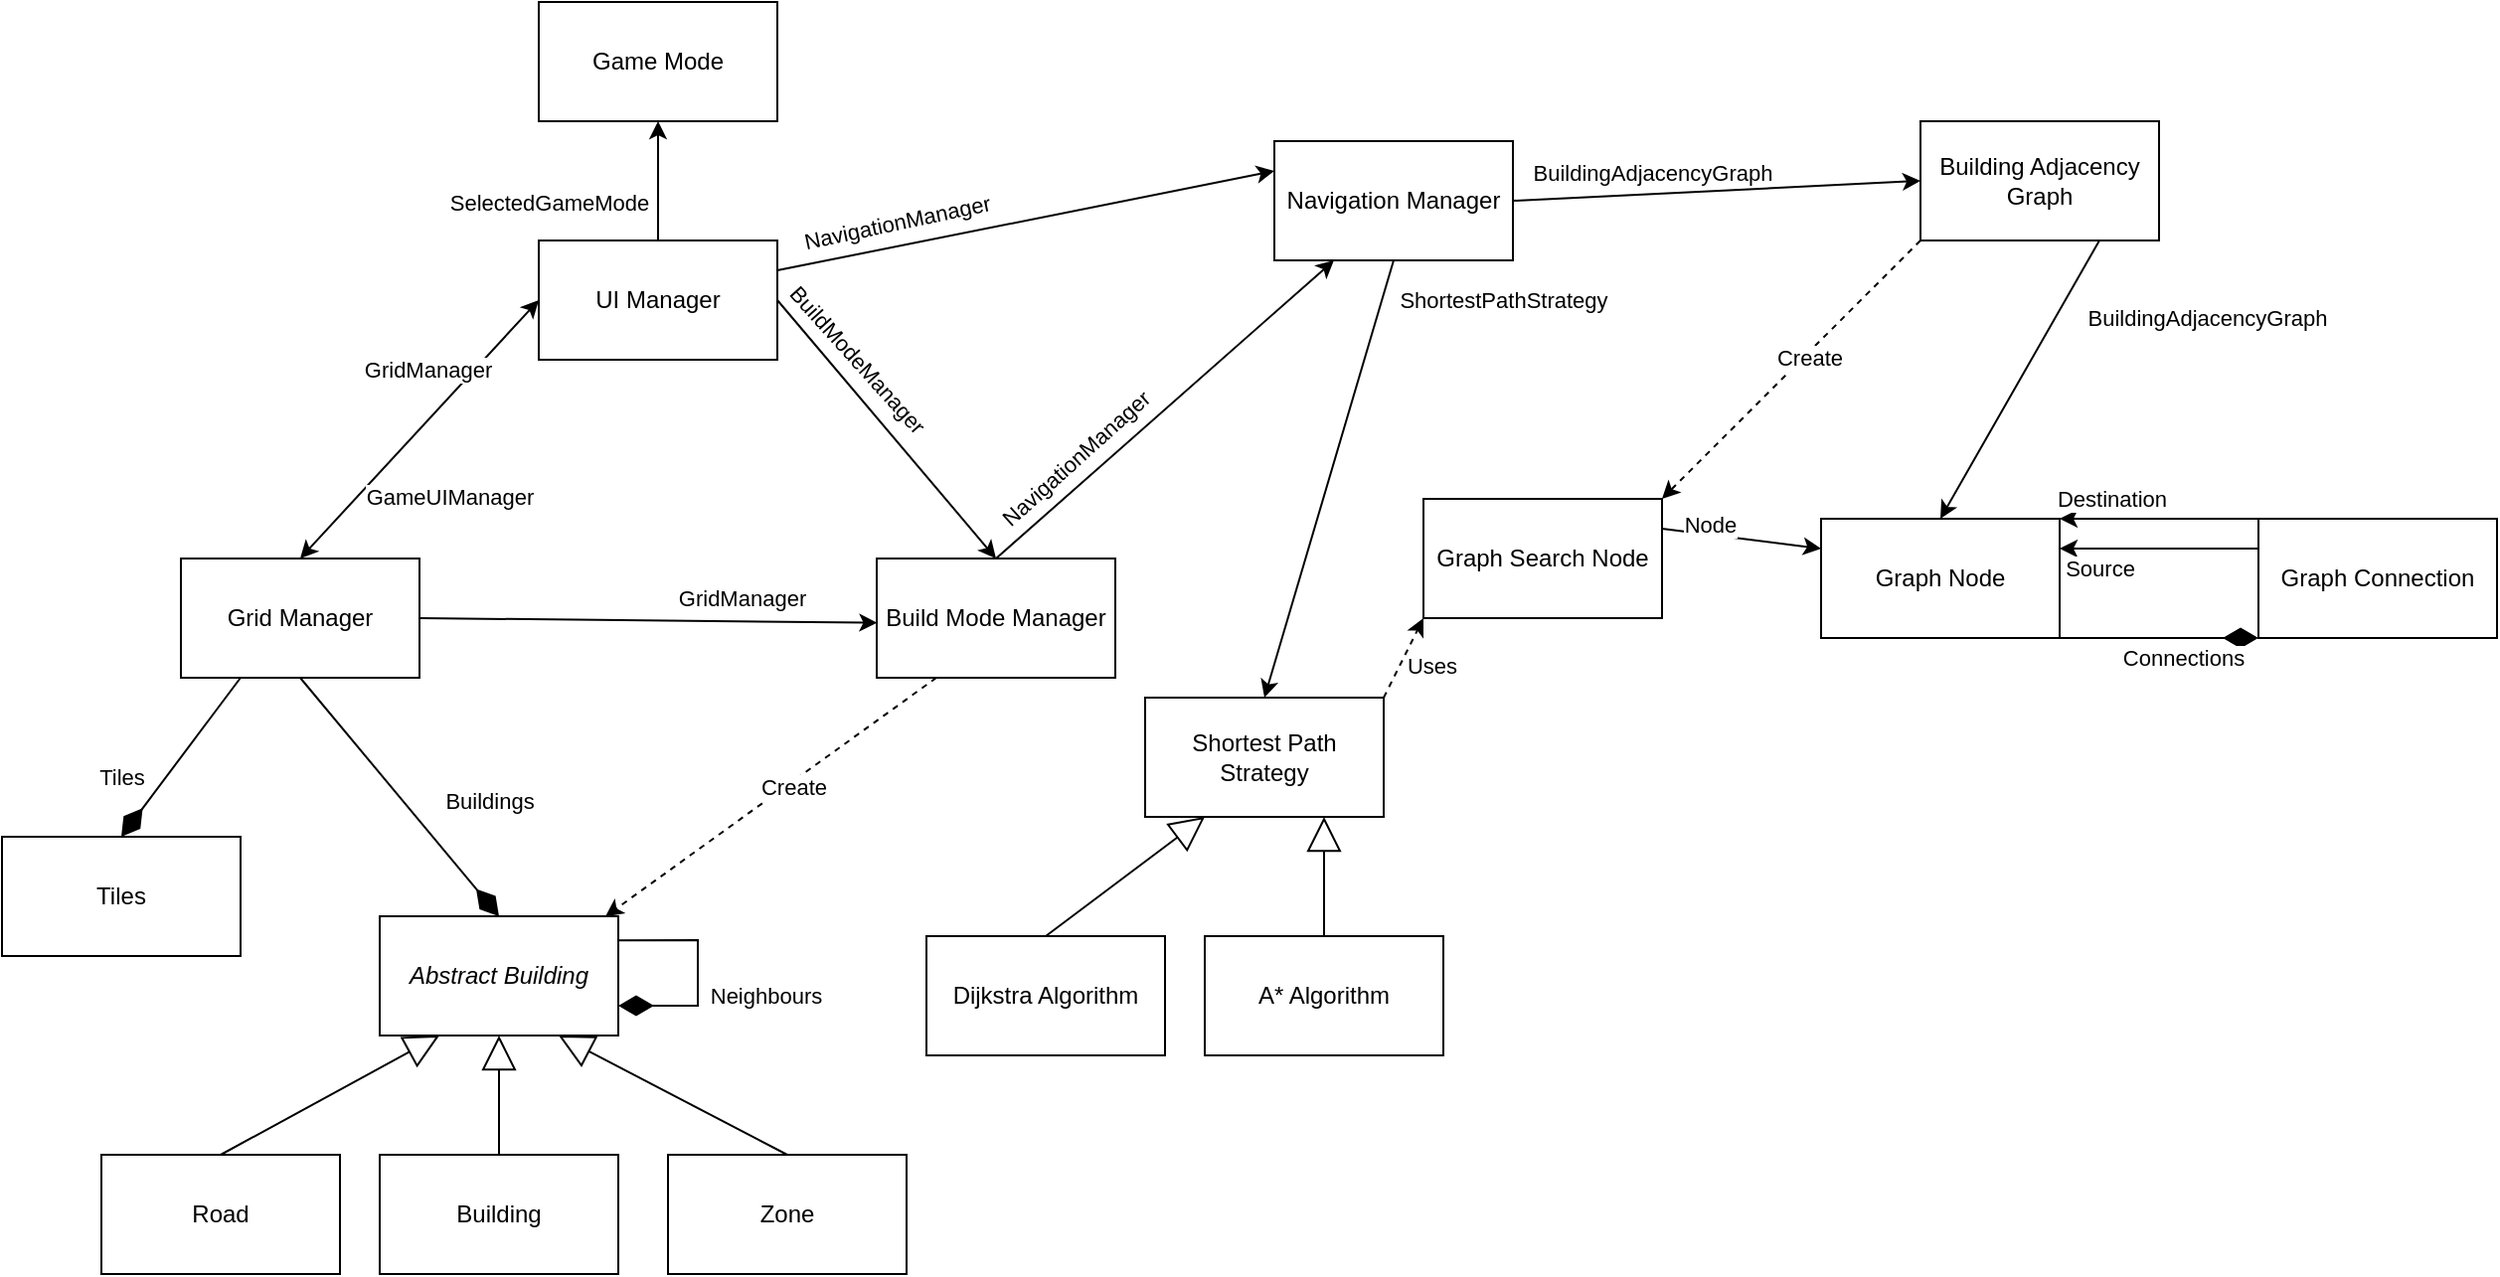
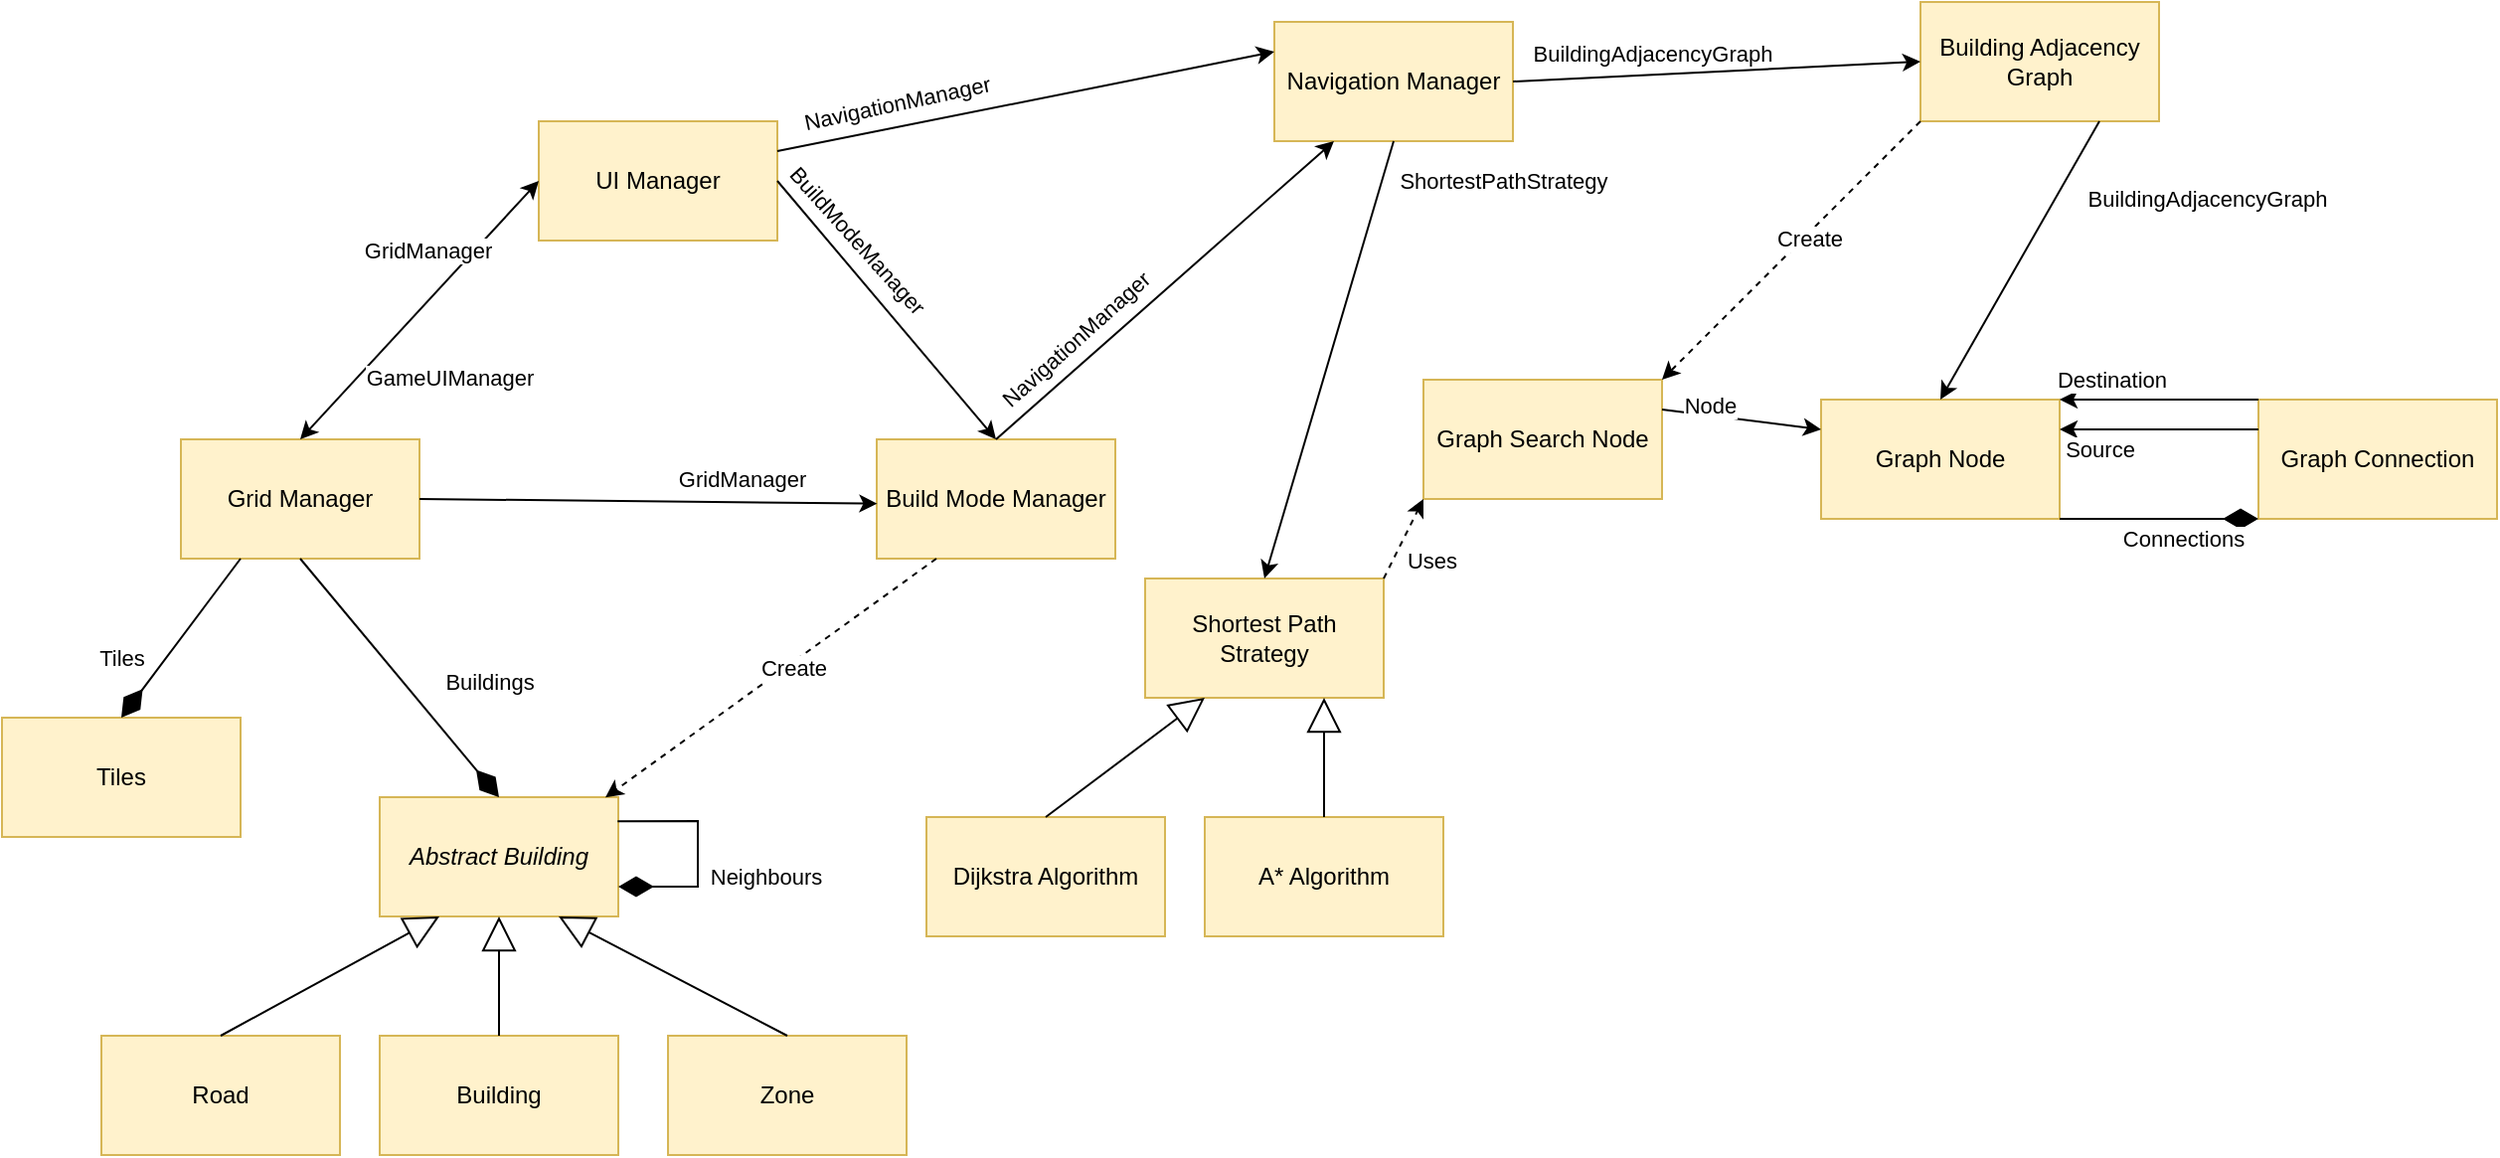
- <mxfile host="app.diagrams.net" modified="2024-05-10T14:30:06.784Z" agent="Mozilla/5.0 (Windows NT 10.0; Win64; x64) AppleWebKit/537.36 (KHTML, like Gecko) Chrome/123.0.0.0 Safari/537.36 OPR/109.0.0.0" etag="EXlXgYXMPVRns9r5wqVa" version="24.3.1" type="device">
+ <mxfile host="app.diagrams.net" modified="2024-05-10T14:36:00.893Z" agent="Mozilla/5.0 (Windows NT 10.0; Win64; x64) AppleWebKit/537.36 (KHTML, like Gecko) Chrome/123.0.0.0 Safari/537.36 OPR/109.0.0.0" etag="0hWiHBMKWaVh41tlTlec" version="24.3.1" type="device">
  <diagram name="Page-1" id="Mxg7_Pn0SVhMr7VX-MhE">
    <mxGraphModel dx="1368" dy="720" grid="1" gridSize="10" guides="1" tooltips="1" connect="1" arrows="1" fold="1" page="1" pageScale="1" pageWidth="850" pageHeight="1100" math="0" shadow="0">
      <root>
        <mxCell id="0" />
        <mxCell id="1" parent="0" />
-         <mxCell id="WQk2sCyEjwATLZYoVRAY-1" value="Grid Manager" style="rounded=0;whiteSpace=wrap;html=1;" parent="1" vertex="1">
+         <mxCell id="WQk2sCyEjwATLZYoVRAY-1" value="Grid Manager" style="rounded=0;whiteSpace=wrap;html=1;fillColor=#fff2cc;strokeColor=#d6b656;" parent="1" vertex="1">
          <mxGeometry x="105" y="370" width="120" height="60" as="geometry" />
        </mxCell>
-         <mxCell id="WQk2sCyEjwATLZYoVRAY-2" value="UI Manager" style="rounded=0;whiteSpace=wrap;html=1;" parent="1" vertex="1">
+         <mxCell id="WQk2sCyEjwATLZYoVRAY-2" value="UI Manager" style="rounded=0;whiteSpace=wrap;html=1;fillColor=#fff2cc;strokeColor=#d6b656;" parent="1" vertex="1">
          <mxGeometry x="285" y="210" width="120" height="60" as="geometry" />
        </mxCell>
-         <mxCell id="WQk2sCyEjwATLZYoVRAY-3" value="Build Mode Manager" style="rounded=0;whiteSpace=wrap;html=1;" parent="1" vertex="1">
+         <mxCell id="WQk2sCyEjwATLZYoVRAY-3" value="Build Mode Manager" style="rounded=0;whiteSpace=wrap;html=1;fillColor=#fff2cc;strokeColor=#d6b656;" parent="1" vertex="1">
          <mxGeometry x="455" y="370" width="120" height="60" as="geometry" />
        </mxCell>
-         <mxCell id="WQk2sCyEjwATLZYoVRAY-4" value="Game Mode" style="rounded=0;whiteSpace=wrap;html=1;" parent="1" vertex="1">
-           <mxGeometry x="285" y="90" width="120" height="60" as="geometry" />
-         </mxCell>
-         <mxCell id="WQk2sCyEjwATLZYoVRAY-7" value="Tiles" style="rounded=0;whiteSpace=wrap;html=1;" parent="1" vertex="1">
+         <mxCell id="WQk2sCyEjwATLZYoVRAY-7" value="Tiles" style="rounded=0;whiteSpace=wrap;html=1;fillColor=#fff2cc;strokeColor=#d6b656;" parent="1" vertex="1">
          <mxGeometry x="15" y="510" width="120" height="60" as="geometry" />
        </mxCell>
        <mxCell id="WQk2sCyEjwATLZYoVRAY-8" value="" style="endArrow=diamondThin;html=1;rounded=0;exitX=0.25;exitY=1;exitDx=0;exitDy=0;entryX=0.5;entryY=0;entryDx=0;entryDy=0;endFill=1;endSize=15;" parent="1" source="WQk2sCyEjwATLZYoVRAY-1" target="WQk2sCyEjwATLZYoVRAY-7" edge="1">
          <mxGeometry width="50" height="50" relative="1" as="geometry">
            <mxPoint x="275" y="420" as="sourcePoint" />
            <mxPoint x="325" y="370" as="targetPoint" />
          </mxGeometry>
        </mxCell>
        <mxCell id="b7N8K-IMO6jsdH-R55s1-48" value="Tiles" style="edgeLabel;html=1;align=center;verticalAlign=middle;resizable=0;points=[];" vertex="1" connectable="0" parent="WQk2sCyEjwATLZYoVRAY-8">
          <mxGeometry x="-0.2627" y="-3" relative="1" as="geometry">
            <mxPoint x="-36" y="22" as="offset" />
          </mxGeometry>
        </mxCell>
-         <mxCell id="WQk2sCyEjwATLZYoVRAY-20" value="&lt;i&gt;Abstract Building&lt;/i&gt;" style="rounded=0;whiteSpace=wrap;html=1;" parent="1" vertex="1">
+         <mxCell id="WQk2sCyEjwATLZYoVRAY-20" value="&lt;i&gt;Abstract Building&lt;/i&gt;" style="rounded=0;whiteSpace=wrap;html=1;fillColor=#fff2cc;strokeColor=#d6b656;" parent="1" vertex="1">
          <mxGeometry x="205" y="550" width="120" height="60" as="geometry" />
        </mxCell>
-         <mxCell id="WQk2sCyEjwATLZYoVRAY-23" value="Road" style="rounded=0;whiteSpace=wrap;html=1;" parent="1" vertex="1">
+         <mxCell id="WQk2sCyEjwATLZYoVRAY-23" value="Road" style="rounded=0;whiteSpace=wrap;html=1;fillColor=#fff2cc;strokeColor=#d6b656;" parent="1" vertex="1">
          <mxGeometry x="65" y="670" width="120" height="60" as="geometry" />
        </mxCell>
-         <mxCell id="WQk2sCyEjwATLZYoVRAY-24" value="Building" style="rounded=0;whiteSpace=wrap;html=1;" parent="1" vertex="1">
+         <mxCell id="WQk2sCyEjwATLZYoVRAY-24" value="Building" style="rounded=0;whiteSpace=wrap;html=1;fillColor=#fff2cc;strokeColor=#d6b656;" parent="1" vertex="1">
          <mxGeometry x="205" y="670" width="120" height="60" as="geometry" />
        </mxCell>
-         <mxCell id="WQk2sCyEjwATLZYoVRAY-25" value="Zone" style="rounded=0;whiteSpace=wrap;html=1;" parent="1" vertex="1">
+         <mxCell id="WQk2sCyEjwATLZYoVRAY-25" value="Zone" style="rounded=0;whiteSpace=wrap;html=1;fillColor=#fff2cc;strokeColor=#d6b656;" parent="1" vertex="1">
          <mxGeometry x="350" y="670" width="120" height="60" as="geometry" />
        </mxCell>
        <mxCell id="WQk2sCyEjwATLZYoVRAY-29" value="" style="endArrow=none;html=1;rounded=0;exitX=0.25;exitY=1;exitDx=0;exitDy=0;entryX=0.5;entryY=0;entryDx=0;entryDy=0;endFill=0;startArrow=block;startFill=0;endSize=15;startSize=15;" parent="1" source="WQk2sCyEjwATLZYoVRAY-20" target="WQk2sCyEjwATLZYoVRAY-23" edge="1">
          <mxGeometry width="50" height="50" relative="1" as="geometry">
            <mxPoint x="305" y="830" as="sourcePoint" />
            <mxPoint x="355" y="780" as="targetPoint" />
          </mxGeometry>
        </mxCell>
        <mxCell id="WQk2sCyEjwATLZYoVRAY-30" value="" style="endArrow=none;html=1;rounded=0;exitX=0.5;exitY=1;exitDx=0;exitDy=0;entryX=0.5;entryY=0;entryDx=0;entryDy=0;startArrow=block;startFill=0;endFill=0;endSize=15;startSize=15;" parent="1" source="WQk2sCyEjwATLZYoVRAY-20" target="WQk2sCyEjwATLZYoVRAY-24" edge="1">
          <mxGeometry width="50" height="50" relative="1" as="geometry">
            <mxPoint x="425" y="680" as="sourcePoint" />
            <mxPoint x="245" y="710" as="targetPoint" />
          </mxGeometry>
        </mxCell>
        <mxCell id="WQk2sCyEjwATLZYoVRAY-31" value="" style="endArrow=none;html=1;rounded=0;exitX=0.75;exitY=1;exitDx=0;exitDy=0;entryX=0.5;entryY=0;entryDx=0;entryDy=0;startArrow=block;startFill=0;endFill=0;endSize=15;startSize=15;" parent="1" source="WQk2sCyEjwATLZYoVRAY-20" target="WQk2sCyEjwATLZYoVRAY-25" edge="1">
          <mxGeometry width="50" height="50" relative="1" as="geometry">
            <mxPoint x="375" y="830" as="sourcePoint" />
            <mxPoint x="425" y="780" as="targetPoint" />
          </mxGeometry>
        </mxCell>
        <mxCell id="b7N8K-IMO6jsdH-R55s1-10" value="" style="endArrow=diamondThin;html=1;rounded=0;exitX=0.5;exitY=1;exitDx=0;exitDy=0;entryX=0.5;entryY=0;entryDx=0;entryDy=0;endFill=1;startSize=23;endSize=15;" edge="1" parent="1" source="WQk2sCyEjwATLZYoVRAY-1" target="WQk2sCyEjwATLZYoVRAY-20">
          <mxGeometry width="50" height="50" relative="1" as="geometry">
            <mxPoint x="205" y="510" as="sourcePoint" />
            <mxPoint x="255" y="460" as="targetPoint" />
          </mxGeometry>
        </mxCell>
        <mxCell id="b7N8K-IMO6jsdH-R55s1-11" value="&lt;span style=&quot;color: rgba(0, 0, 0, 0); font-family: monospace; font-size: 0px; text-align: start; background-color: rgb(251, 251, 251);&quot;&gt;%3CmxGraphModel%3E%3Croot%3E%3CmxCell%20id%3D%220%22%2F%3E%3CmxCell%20id%3D%221%22%20parent%3D%220%22%2F%3E%3CmxCell%20id%3D%222%22%20value%3D%22Stores%22%20style%3D%22edgeLabel%3Bhtml%3D1%3Balign%3Dcenter%3BverticalAlign%3Dmiddle%3Bresizable%3D0%3Bpoints%3D%5B%5D%3B%22%20vertex%3D%221%22%20connectable%3D%220%22%20parent%3D%221%22%3E%3CmxGeometry%20x%3D%2241.54648858596329%22%20y%3D%22283.6299650990096%22%20as%3D%22geometry%22%2F%3E%3C%2FmxCell%3E%3C%2Froot%3E%3C%2FmxGraphModel%3E&lt;/span&gt;&lt;span style=&quot;color: rgba(0, 0, 0, 0); font-family: monospace; font-size: 0px; text-align: start; background-color: rgb(251, 251, 251);&quot;&gt;%3CmxGraphModel%3E%3Croot%3E%3CmxCell%20id%3D%220%22%2F%3E%3CmxCell%20id%3D%221%22%20parent%3D%220%22%2F%3E%3CmxCell%20id%3D%222%22%20value%3D%22Stores%22%20style%3D%22edgeLabel%3Bhtml%3D1%3Balign%3Dcenter%3BverticalAlign%3Dmiddle%3Bresizable%3D0%3Bpoints%3D%5B%5D%3B%22%20vertex%3D%221%22%20connectable%3D%220%22%20parent%3D%221%22%3E%3CmxGeometry%20x%3D%2241.54648858596329%22%20y%3D%22283.6299650990096%22%20as%3D%22geometry%22%2F%3E%3C%2FmxCell%3E%3C%2Froot%3E%3C%2FmxGraphModel%3ES&lt;/span&gt;" style="edgeLabel;html=1;align=center;verticalAlign=middle;resizable=0;points=[];" vertex="1" connectable="0" parent="b7N8K-IMO6jsdH-R55s1-10">
          <mxGeometry x="-0.1154" y="2" relative="1" as="geometry">
            <mxPoint as="offset" />
          </mxGeometry>
        </mxCell>
        <mxCell id="b7N8K-IMO6jsdH-R55s1-12" value="Buildings" style="edgeLabel;html=1;align=center;verticalAlign=middle;resizable=0;points=[];" vertex="1" connectable="0" parent="b7N8K-IMO6jsdH-R55s1-10">
          <mxGeometry x="-0.1208" y="2" relative="1" as="geometry">
            <mxPoint x="49" y="10" as="offset" />
          </mxGeometry>
        </mxCell>
-         <mxCell id="b7N8K-IMO6jsdH-R55s1-13" value="Navigation Manager" style="rounded=0;whiteSpace=wrap;html=1;" vertex="1" parent="1">
+         <mxCell id="b7N8K-IMO6jsdH-R55s1-13" value="Navigation Manager" style="rounded=0;whiteSpace=wrap;html=1;fillColor=#fff2cc;strokeColor=#d6b656;" vertex="1" parent="1">
          <mxGeometry x="655" y="160" width="120" height="60" as="geometry" />
        </mxCell>
-         <mxCell id="b7N8K-IMO6jsdH-R55s1-14" value="Shortest Path Strategy" style="rounded=0;whiteSpace=wrap;html=1;" vertex="1" parent="1">
+         <mxCell id="b7N8K-IMO6jsdH-R55s1-14" value="Shortest Path Strategy" style="rounded=0;whiteSpace=wrap;html=1;fillColor=#fff2cc;strokeColor=#d6b656;" vertex="1" parent="1">
          <mxGeometry x="590" y="440" width="120" height="60" as="geometry" />
        </mxCell>
        <mxCell id="b7N8K-IMO6jsdH-R55s1-19" value="" style="endArrow=classic;html=1;rounded=0;exitX=0.25;exitY=1;exitDx=0;exitDy=0;entryX=0.946;entryY=0.002;entryDx=0;entryDy=0;entryPerimeter=0;dashed=1;" edge="1" parent="1" source="WQk2sCyEjwATLZYoVRAY-3" target="WQk2sCyEjwATLZYoVRAY-20">
          <mxGeometry width="50" height="50" relative="1" as="geometry">
            <mxPoint x="25" y="390" as="sourcePoint" />
            <mxPoint x="155" y="620" as="targetPoint" />
          </mxGeometry>
        </mxCell>
        <mxCell id="b7N8K-IMO6jsdH-R55s1-20" value="&lt;span style=&quot;color: rgba(0, 0, 0, 0); font-family: monospace; font-size: 0px; text-align: start; background-color: rgb(251, 251, 251);&quot;&gt;%3CmxGraphModel%3E%3Croot%3E%3CmxCell%20id%3D%220%22%2F%3E%3CmxCell%20id%3D%221%22%20parent%3D%220%22%2F%3E%3CmxCell%20id%3D%222%22%20value%3D%22Stores%22%20style%3D%22edgeLabel%3Bhtml%3D1%3Balign%3Dcenter%3BverticalAlign%3Dmiddle%3Bresizable%3D0%3Bpoints%3D%5B%5D%3B%22%20vertex%3D%221%22%20connectable%3D%220%22%20parent%3D%221%22%3E%3CmxGeometry%20x%3D%2241.54648858596329%22%20y%3D%22283.6299650990096%22%20as%3D%22geometry%22%2F%3E%3C%2FmxCell%3E%3C%2Froot%3E%3C%2FmxGraphModel%3E&lt;/span&gt;&lt;span style=&quot;color: rgba(0, 0, 0, 0); font-family: monospace; font-size: 0px; text-align: start; background-color: rgb(251, 251, 251);&quot;&gt;%3CmxGraphModel%3E%3Croot%3E%3CmxCell%20id%3D%220%22%2F%3E%3CmxCell%20id%3D%221%22%20parent%3D%220%22%2F%3E%3CmxCell%20id%3D%222%22%20value%3D%22Stores%22%20style%3D%22edgeLabel%3Bhtml%3D1%3Balign%3Dcenter%3BverticalAlign%3Dmiddle%3Bresizable%3D0%3Bpoints%3D%5B%5D%3B%22%20vertex%3D%221%22%20connectable%3D%220%22%20parent%3D%221%22%3E%3CmxGeometry%20x%3D%2241.54648858596329%22%20y%3D%22283.6299650990096%22%20as%3D%22geometry%22%2F%3E%3C%2FmxCell%3E%3C%2Froot%3E%3C%2FmxGraphModel%3ES&lt;/span&gt;" style="edgeLabel;html=1;align=center;verticalAlign=middle;resizable=0;points=[];" vertex="1" connectable="0" parent="b7N8K-IMO6jsdH-R55s1-19">
          <mxGeometry x="-0.1154" y="2" relative="1" as="geometry">
            <mxPoint as="offset" />
          </mxGeometry>
        </mxCell>
        <mxCell id="b7N8K-IMO6jsdH-R55s1-21" value="Create" style="edgeLabel;html=1;align=center;verticalAlign=middle;resizable=0;points=[];" vertex="1" connectable="0" parent="b7N8K-IMO6jsdH-R55s1-19">
          <mxGeometry x="-0.1208" y="2" relative="1" as="geometry">
            <mxPoint as="offset" />
          </mxGeometry>
        </mxCell>
        <mxCell id="b7N8K-IMO6jsdH-R55s1-22" value="" style="endArrow=classic;html=1;rounded=0;exitX=0.5;exitY=0;exitDx=0;exitDy=0;entryX=0;entryY=0.5;entryDx=0;entryDy=0;startArrow=classic;startFill=1;" edge="1" parent="1" source="WQk2sCyEjwATLZYoVRAY-1" target="WQk2sCyEjwATLZYoVRAY-2">
          <mxGeometry width="50" height="50" relative="1" as="geometry">
            <mxPoint x="25" y="390" as="sourcePoint" />
            <mxPoint x="155" y="620" as="targetPoint" />
          </mxGeometry>
        </mxCell>
        <mxCell id="b7N8K-IMO6jsdH-R55s1-23" value="&lt;span style=&quot;color: rgba(0, 0, 0, 0); font-family: monospace; font-size: 0px; text-align: start; background-color: rgb(251, 251, 251);&quot;&gt;%3CmxGraphModel%3E%3Croot%3E%3CmxCell%20id%3D%220%22%2F%3E%3CmxCell%20id%3D%221%22%20parent%3D%220%22%2F%3E%3CmxCell%20id%3D%222%22%20value%3D%22Stores%22%20style%3D%22edgeLabel%3Bhtml%3D1%3Balign%3Dcenter%3BverticalAlign%3Dmiddle%3Bresizable%3D0%3Bpoints%3D%5B%5D%3B%22%20vertex%3D%221%22%20connectable%3D%220%22%20parent%3D%221%22%3E%3CmxGeometry%20x%3D%2241.54648858596329%22%20y%3D%22283.6299650990096%22%20as%3D%22geometry%22%2F%3E%3C%2FmxCell%3E%3C%2Froot%3E%3C%2FmxGraphModel%3E&lt;/span&gt;&lt;span style=&quot;color: rgba(0, 0, 0, 0); font-family: monospace; font-size: 0px; text-align: start; background-color: rgb(251, 251, 251);&quot;&gt;%3CmxGraphModel%3E%3Croot%3E%3CmxCell%20id%3D%220%22%2F%3E%3CmxCell%20id%3D%221%22%20parent%3D%220%22%2F%3E%3CmxCell%20id%3D%222%22%20value%3D%22Stores%22%20style%3D%22edgeLabel%3Bhtml%3D1%3Balign%3Dcenter%3BverticalAlign%3Dmiddle%3Bresizable%3D0%3Bpoints%3D%5B%5D%3B%22%20vertex%3D%221%22%20connectable%3D%220%22%20parent%3D%221%22%3E%3CmxGeometry%20x%3D%2241.54648858596329%22%20y%3D%22283.6299650990096%22%20as%3D%22geometry%22%2F%3E%3C%2FmxCell%3E%3C%2Froot%3E%3C%2FmxGraphModel%3ES&lt;/span&gt;" style="edgeLabel;html=1;align=center;verticalAlign=middle;resizable=0;points=[];" vertex="1" connectable="0" parent="b7N8K-IMO6jsdH-R55s1-22">
          <mxGeometry x="-0.1154" y="2" relative="1" as="geometry">
            <mxPoint as="offset" />
          </mxGeometry>
        </mxCell>
        <mxCell id="b7N8K-IMO6jsdH-R55s1-24" value="GameUIManager" style="edgeLabel;html=1;align=center;verticalAlign=middle;resizable=0;points=[];" vertex="1" connectable="0" parent="b7N8K-IMO6jsdH-R55s1-22">
          <mxGeometry x="-0.1208" y="2" relative="1" as="geometry">
            <mxPoint x="23" y="27" as="offset" />
          </mxGeometry>
        </mxCell>
        <mxCell id="b7N8K-IMO6jsdH-R55s1-49" value="GridManager" style="edgeLabel;html=1;align=center;verticalAlign=middle;resizable=0;points=[];" vertex="1" connectable="0" parent="b7N8K-IMO6jsdH-R55s1-22">
          <mxGeometry x="-0.3953" y="-3" relative="1" as="geometry">
            <mxPoint x="25" y="-58" as="offset" />
          </mxGeometry>
        </mxCell>
        <mxCell id="b7N8K-IMO6jsdH-R55s1-25" value="" style="endArrow=classic;html=1;rounded=0;startArrow=none;startFill=0;entryX=0.002;entryY=0.539;entryDx=0;entryDy=0;exitX=1;exitY=0.5;exitDx=0;exitDy=0;entryPerimeter=0;" edge="1" parent="1" source="WQk2sCyEjwATLZYoVRAY-1" target="WQk2sCyEjwATLZYoVRAY-3">
          <mxGeometry width="50" height="50" relative="1" as="geometry">
            <mxPoint x="205" y="350" as="sourcePoint" />
            <mxPoint x="435" y="380" as="targetPoint" />
          </mxGeometry>
        </mxCell>
        <mxCell id="b7N8K-IMO6jsdH-R55s1-26" value="&lt;span style=&quot;color: rgba(0, 0, 0, 0); font-family: monospace; font-size: 0px; text-align: start; background-color: rgb(251, 251, 251);&quot;&gt;%3CmxGraphModel%3E%3Croot%3E%3CmxCell%20id%3D%220%22%2F%3E%3CmxCell%20id%3D%221%22%20parent%3D%220%22%2F%3E%3CmxCell%20id%3D%222%22%20value%3D%22Stores%22%20style%3D%22edgeLabel%3Bhtml%3D1%3Balign%3Dcenter%3BverticalAlign%3Dmiddle%3Bresizable%3D0%3Bpoints%3D%5B%5D%3B%22%20vertex%3D%221%22%20connectable%3D%220%22%20parent%3D%221%22%3E%3CmxGeometry%20x%3D%2241.54648858596329%22%20y%3D%22283.6299650990096%22%20as%3D%22geometry%22%2F%3E%3C%2FmxCell%3E%3C%2Froot%3E%3C%2FmxGraphModel%3E&lt;/span&gt;&lt;span style=&quot;color: rgba(0, 0, 0, 0); font-family: monospace; font-size: 0px; text-align: start; background-color: rgb(251, 251, 251);&quot;&gt;%3CmxGraphModel%3E%3Croot%3E%3CmxCell%20id%3D%220%22%2F%3E%3CmxCell%20id%3D%221%22%20parent%3D%220%22%2F%3E%3CmxCell%20id%3D%222%22%20value%3D%22Stores%22%20style%3D%22edgeLabel%3Bhtml%3D1%3Balign%3Dcenter%3BverticalAlign%3Dmiddle%3Bresizable%3D0%3Bpoints%3D%5B%5D%3B%22%20vertex%3D%221%22%20connectable%3D%220%22%20parent%3D%221%22%3E%3CmxGeometry%20x%3D%2241.54648858596329%22%20y%3D%22283.6299650990096%22%20as%3D%22geometry%22%2F%3E%3C%2FmxCell%3E%3C%2Froot%3E%3C%2FmxGraphModel%3ES&lt;/span&gt;" style="edgeLabel;html=1;align=center;verticalAlign=middle;resizable=0;points=[];" vertex="1" connectable="0" parent="b7N8K-IMO6jsdH-R55s1-25">
          <mxGeometry x="-0.1154" y="2" relative="1" as="geometry">
            <mxPoint as="offset" />
          </mxGeometry>
        </mxCell>
        <mxCell id="b7N8K-IMO6jsdH-R55s1-27" value="GridManager" style="edgeLabel;html=1;align=center;verticalAlign=middle;resizable=0;points=[];" vertex="1" connectable="0" parent="b7N8K-IMO6jsdH-R55s1-25">
          <mxGeometry x="-0.1208" y="2" relative="1" as="geometry">
            <mxPoint x="61" y="-9" as="offset" />
          </mxGeometry>
        </mxCell>
        <mxCell id="b7N8K-IMO6jsdH-R55s1-31" value="" style="endArrow=classic;html=1;rounded=0;exitX=1;exitY=0.5;exitDx=0;exitDy=0;entryX=0.5;entryY=0;entryDx=0;entryDy=0;" edge="1" parent="1" source="WQk2sCyEjwATLZYoVRAY-2" target="WQk2sCyEjwATLZYoVRAY-3">
          <mxGeometry width="50" height="50" relative="1" as="geometry">
            <mxPoint x="345" y="385" as="sourcePoint" />
            <mxPoint x="585" y="275" as="targetPoint" />
          </mxGeometry>
        </mxCell>
        <mxCell id="b7N8K-IMO6jsdH-R55s1-32" value="&lt;span style=&quot;color: rgba(0, 0, 0, 0); font-family: monospace; font-size: 0px; text-align: start; background-color: rgb(251, 251, 251);&quot;&gt;%3CmxGraphModel%3E%3Croot%3E%3CmxCell%20id%3D%220%22%2F%3E%3CmxCell%20id%3D%221%22%20parent%3D%220%22%2F%3E%3CmxCell%20id%3D%222%22%20value%3D%22Stores%22%20style%3D%22edgeLabel%3Bhtml%3D1%3Balign%3Dcenter%3BverticalAlign%3Dmiddle%3Bresizable%3D0%3Bpoints%3D%5B%5D%3B%22%20vertex%3D%221%22%20connectable%3D%220%22%20parent%3D%221%22%3E%3CmxGeometry%20x%3D%2241.54648858596329%22%20y%3D%22283.6299650990096%22%20as%3D%22geometry%22%2F%3E%3C%2FmxCell%3E%3C%2Froot%3E%3C%2FmxGraphModel%3E&lt;/span&gt;&lt;span style=&quot;color: rgba(0, 0, 0, 0); font-family: monospace; font-size: 0px; text-align: start; background-color: rgb(251, 251, 251);&quot;&gt;%3CmxGraphModel%3E%3Croot%3E%3CmxCell%20id%3D%220%22%2F%3E%3CmxCell%20id%3D%221%22%20parent%3D%220%22%2F%3E%3CmxCell%20id%3D%222%22%20value%3D%22Stores%22%20style%3D%22edgeLabel%3Bhtml%3D1%3Balign%3Dcenter%3BverticalAlign%3Dmiddle%3Bresizable%3D0%3Bpoints%3D%5B%5D%3B%22%20vertex%3D%221%22%20connectable%3D%220%22%20parent%3D%221%22%3E%3CmxGeometry%20x%3D%2241.54648858596329%22%20y%3D%22283.6299650990096%22%20as%3D%22geometry%22%2F%3E%3C%2FmxCell%3E%3C%2Froot%3E%3C%2FmxGraphModel%3ES&lt;/span&gt;" style="edgeLabel;html=1;align=center;verticalAlign=middle;resizable=0;points=[];" vertex="1" connectable="0" parent="b7N8K-IMO6jsdH-R55s1-31">
          <mxGeometry x="-0.1154" y="2" relative="1" as="geometry">
            <mxPoint as="offset" />
          </mxGeometry>
        </mxCell>
        <mxCell id="b7N8K-IMO6jsdH-R55s1-52" value="BuildModeManager" style="edgeLabel;html=1;align=center;verticalAlign=middle;resizable=0;points=[];rotation=48;" vertex="1" connectable="0" parent="b7N8K-IMO6jsdH-R55s1-31">
          <mxGeometry x="-0.5992" y="2" relative="1" as="geometry">
            <mxPoint x="17" y="5" as="offset" />
          </mxGeometry>
        </mxCell>
        <mxCell id="b7N8K-IMO6jsdH-R55s1-35" value="" style="endArrow=classic;html=1;rounded=0;exitX=1;exitY=0.25;exitDx=0;exitDy=0;entryX=0;entryY=0.25;entryDx=0;entryDy=0;" edge="1" parent="1" source="WQk2sCyEjwATLZYoVRAY-2" target="b7N8K-IMO6jsdH-R55s1-13">
          <mxGeometry width="50" height="50" relative="1" as="geometry">
            <mxPoint x="285" y="270" as="sourcePoint" />
            <mxPoint x="525" y="160" as="targetPoint" />
          </mxGeometry>
        </mxCell>
        <mxCell id="b7N8K-IMO6jsdH-R55s1-36" value="&lt;span style=&quot;color: rgba(0, 0, 0, 0); font-family: monospace; font-size: 0px; text-align: start; background-color: rgb(251, 251, 251);&quot;&gt;%3CmxGraphModel%3E%3Croot%3E%3CmxCell%20id%3D%220%22%2F%3E%3CmxCell%20id%3D%221%22%20parent%3D%220%22%2F%3E%3CmxCell%20id%3D%222%22%20value%3D%22Stores%22%20style%3D%22edgeLabel%3Bhtml%3D1%3Balign%3Dcenter%3BverticalAlign%3Dmiddle%3Bresizable%3D0%3Bpoints%3D%5B%5D%3B%22%20vertex%3D%221%22%20connectable%3D%220%22%20parent%3D%221%22%3E%3CmxGeometry%20x%3D%2241.54648858596329%22%20y%3D%22283.6299650990096%22%20as%3D%22geometry%22%2F%3E%3C%2FmxCell%3E%3C%2Froot%3E%3C%2FmxGraphModel%3E&lt;/span&gt;&lt;span style=&quot;color: rgba(0, 0, 0, 0); font-family: monospace; font-size: 0px; text-align: start; background-color: rgb(251, 251, 251);&quot;&gt;%3CmxGraphModel%3E%3Croot%3E%3CmxCell%20id%3D%220%22%2F%3E%3CmxCell%20id%3D%221%22%20parent%3D%220%22%2F%3E%3CmxCell%20id%3D%222%22%20value%3D%22Stores%22%20style%3D%22edgeLabel%3Bhtml%3D1%3Balign%3Dcenter%3BverticalAlign%3Dmiddle%3Bresizable%3D0%3Bpoints%3D%5B%5D%3B%22%20vertex%3D%221%22%20connectable%3D%220%22%20parent%3D%221%22%3E%3CmxGeometry%20x%3D%2241.54648858596329%22%20y%3D%22283.6299650990096%22%20as%3D%22geometry%22%2F%3E%3C%2FmxCell%3E%3C%2Froot%3E%3C%2FmxGraphModel%3ES&lt;/span&gt;" style="edgeLabel;html=1;align=center;verticalAlign=middle;resizable=0;points=[];" vertex="1" connectable="0" parent="b7N8K-IMO6jsdH-R55s1-35">
          <mxGeometry x="-0.1154" y="2" relative="1" as="geometry">
            <mxPoint as="offset" />
          </mxGeometry>
        </mxCell>
        <mxCell id="b7N8K-IMO6jsdH-R55s1-37" value="NavigationManager" style="edgeLabel;html=1;align=center;verticalAlign=middle;resizable=0;points=[];rotation=348;" vertex="1" connectable="0" parent="b7N8K-IMO6jsdH-R55s1-35">
          <mxGeometry x="-0.1208" y="2" relative="1" as="geometry">
            <mxPoint x="-50" as="offset" />
          </mxGeometry>
        </mxCell>
        <mxCell id="b7N8K-IMO6jsdH-R55s1-38" value="" style="endArrow=classic;html=1;rounded=0;exitX=0.5;exitY=0;exitDx=0;exitDy=0;entryX=0.25;entryY=1;entryDx=0;entryDy=0;" edge="1" parent="1" source="WQk2sCyEjwATLZYoVRAY-3" target="b7N8K-IMO6jsdH-R55s1-13">
          <mxGeometry width="50" height="50" relative="1" as="geometry">
            <mxPoint x="415" y="265" as="sourcePoint" />
            <mxPoint x="514" y="360" as="targetPoint" />
          </mxGeometry>
        </mxCell>
        <mxCell id="b7N8K-IMO6jsdH-R55s1-39" value="&lt;span style=&quot;color: rgba(0, 0, 0, 0); font-family: monospace; font-size: 0px; text-align: start; background-color: rgb(251, 251, 251);&quot;&gt;%3CmxGraphModel%3E%3Croot%3E%3CmxCell%20id%3D%220%22%2F%3E%3CmxCell%20id%3D%221%22%20parent%3D%220%22%2F%3E%3CmxCell%20id%3D%222%22%20value%3D%22Stores%22%20style%3D%22edgeLabel%3Bhtml%3D1%3Balign%3Dcenter%3BverticalAlign%3Dmiddle%3Bresizable%3D0%3Bpoints%3D%5B%5D%3B%22%20vertex%3D%221%22%20connectable%3D%220%22%20parent%3D%221%22%3E%3CmxGeometry%20x%3D%2241.54648858596329%22%20y%3D%22283.6299650990096%22%20as%3D%22geometry%22%2F%3E%3C%2FmxCell%3E%3C%2Froot%3E%3C%2FmxGraphModel%3E&lt;/span&gt;&lt;span style=&quot;color: rgba(0, 0, 0, 0); font-family: monospace; font-size: 0px; text-align: start; background-color: rgb(251, 251, 251);&quot;&gt;%3CmxGraphModel%3E%3Croot%3E%3CmxCell%20id%3D%220%22%2F%3E%3CmxCell%20id%3D%221%22%20parent%3D%220%22%2F%3E%3CmxCell%20id%3D%222%22%20value%3D%22Stores%22%20style%3D%22edgeLabel%3Bhtml%3D1%3Balign%3Dcenter%3BverticalAlign%3Dmiddle%3Bresizable%3D0%3Bpoints%3D%5B%5D%3B%22%20vertex%3D%221%22%20connectable%3D%220%22%20parent%3D%221%22%3E%3CmxGeometry%20x%3D%2241.54648858596329%22%20y%3D%22283.6299650990096%22%20as%3D%22geometry%22%2F%3E%3C%2FmxCell%3E%3C%2Froot%3E%3C%2FmxGraphModel%3ES&lt;/span&gt;" style="edgeLabel;html=1;align=center;verticalAlign=middle;resizable=0;points=[];" vertex="1" connectable="0" parent="b7N8K-IMO6jsdH-R55s1-38">
          <mxGeometry x="-0.1154" y="2" relative="1" as="geometry">
            <mxPoint as="offset" />
          </mxGeometry>
        </mxCell>
        <mxCell id="b7N8K-IMO6jsdH-R55s1-54" value="NavigationManager" style="edgeLabel;html=1;align=center;verticalAlign=middle;resizable=0;points=[];rotation=318;" vertex="1" connectable="0" parent="b7N8K-IMO6jsdH-R55s1-38">
          <mxGeometry x="-0.1393" y="-2" relative="1" as="geometry">
            <mxPoint x="-35" y="13" as="offset" />
-           </mxGeometry>
-         </mxCell>
-         <mxCell id="b7N8K-IMO6jsdH-R55s1-41" value="" style="endArrow=classic;html=1;rounded=0;exitX=0.5;exitY=0;exitDx=0;exitDy=0;entryX=0.5;entryY=1;entryDx=0;entryDy=0;" edge="1" parent="1" source="WQk2sCyEjwATLZYoVRAY-2" target="WQk2sCyEjwATLZYoVRAY-4">
-           <mxGeometry width="50" height="50" relative="1" as="geometry">
-             <mxPoint x="415" y="265" as="sourcePoint" />
-             <mxPoint x="265" y="170" as="targetPoint" />
-           </mxGeometry>
-         </mxCell>
-         <mxCell id="b7N8K-IMO6jsdH-R55s1-42" value="&lt;span style=&quot;color: rgba(0, 0, 0, 0); font-family: monospace; font-size: 0px; text-align: start; background-color: rgb(251, 251, 251);&quot;&gt;%3CmxGraphModel%3E%3Croot%3E%3CmxCell%20id%3D%220%22%2F%3E%3CmxCell%20id%3D%221%22%20parent%3D%220%22%2F%3E%3CmxCell%20id%3D%222%22%20value%3D%22Stores%22%20style%3D%22edgeLabel%3Bhtml%3D1%3Balign%3Dcenter%3BverticalAlign%3Dmiddle%3Bresizable%3D0%3Bpoints%3D%5B%5D%3B%22%20vertex%3D%221%22%20connectable%3D%220%22%20parent%3D%221%22%3E%3CmxGeometry%20x%3D%2241.54648858596329%22%20y%3D%22283.6299650990096%22%20as%3D%22geometry%22%2F%3E%3C%2FmxCell%3E%3C%2Froot%3E%3C%2FmxGraphModel%3E&lt;/span&gt;&lt;span style=&quot;color: rgba(0, 0, 0, 0); font-family: monospace; font-size: 0px; text-align: start; background-color: rgb(251, 251, 251);&quot;&gt;%3CmxGraphModel%3E%3Croot%3E%3CmxCell%20id%3D%220%22%2F%3E%3CmxCell%20id%3D%221%22%20parent%3D%220%22%2F%3E%3CmxCell%20id%3D%222%22%20value%3D%22Stores%22%20style%3D%22edgeLabel%3Bhtml%3D1%3Balign%3Dcenter%3BverticalAlign%3Dmiddle%3Bresizable%3D0%3Bpoints%3D%5B%5D%3B%22%20vertex%3D%221%22%20connectable%3D%220%22%20parent%3D%221%22%3E%3CmxGeometry%20x%3D%2241.54648858596329%22%20y%3D%22283.6299650990096%22%20as%3D%22geometry%22%2F%3E%3C%2FmxCell%3E%3C%2Froot%3E%3C%2FmxGraphModel%3ES&lt;/span&gt;" style="edgeLabel;html=1;align=center;verticalAlign=middle;resizable=0;points=[];" vertex="1" connectable="0" parent="b7N8K-IMO6jsdH-R55s1-41">
-           <mxGeometry x="-0.1154" y="2" relative="1" as="geometry">
-             <mxPoint as="offset" />
-           </mxGeometry>
-         </mxCell>
-         <mxCell id="b7N8K-IMO6jsdH-R55s1-43" value="SelectedGameMode" style="edgeLabel;html=1;align=center;verticalAlign=middle;resizable=0;points=[];" vertex="1" connectable="0" parent="b7N8K-IMO6jsdH-R55s1-41">
-           <mxGeometry x="-0.1208" y="2" relative="1" as="geometry">
-             <mxPoint x="-53" y="7" as="offset" />
          </mxGeometry>
        </mxCell>
        <mxCell id="b7N8K-IMO6jsdH-R55s1-45" value="" style="endArrow=diamondThin;html=1;rounded=0;exitX=0.997;exitY=0.203;exitDx=0;exitDy=0;entryX=1;entryY=0.75;entryDx=0;entryDy=0;exitPerimeter=0;endFill=1;endSize=15;" edge="1" parent="1" source="WQk2sCyEjwATLZYoVRAY-20" target="WQk2sCyEjwATLZYoVRAY-20">
          <mxGeometry width="50" height="50" relative="1" as="geometry">
            <mxPoint x="350" y="460" as="sourcePoint" />
            <mxPoint x="440" y="510" as="targetPoint" />
            <Array as="points">
              <mxPoint x="365" y="562" />
              <mxPoint x="365" y="595" />
            </Array>
          </mxGeometry>
        </mxCell>
        <mxCell id="b7N8K-IMO6jsdH-R55s1-46" value="&lt;span style=&quot;color: rgba(0, 0, 0, 0); font-family: monospace; font-size: 0px; text-align: start; background-color: rgb(251, 251, 251);&quot;&gt;%3CmxGraphModel%3E%3Croot%3E%3CmxCell%20id%3D%220%22%2F%3E%3CmxCell%20id%3D%221%22%20parent%3D%220%22%2F%3E%3CmxCell%20id%3D%222%22%20value%3D%22Stores%22%20style%3D%22edgeLabel%3Bhtml%3D1%3Balign%3Dcenter%3BverticalAlign%3Dmiddle%3Bresizable%3D0%3Bpoints%3D%5B%5D%3B%22%20vertex%3D%221%22%20connectable%3D%220%22%20parent%3D%221%22%3E%3CmxGeometry%20x%3D%2241.54648858596329%22%20y%3D%22283.6299650990096%22%20as%3D%22geometry%22%2F%3E%3C%2FmxCell%3E%3C%2Froot%3E%3C%2FmxGraphModel%3E&lt;/span&gt;&lt;span style=&quot;color: rgba(0, 0, 0, 0); font-family: monospace; font-size: 0px; text-align: start; background-color: rgb(251, 251, 251);&quot;&gt;%3CmxGraphModel%3E%3Croot%3E%3CmxCell%20id%3D%220%22%2F%3E%3CmxCell%20id%3D%221%22%20parent%3D%220%22%2F%3E%3CmxCell%20id%3D%222%22%20value%3D%22Stores%22%20style%3D%22edgeLabel%3Bhtml%3D1%3Balign%3Dcenter%3BverticalAlign%3Dmiddle%3Bresizable%3D0%3Bpoints%3D%5B%5D%3B%22%20vertex%3D%221%22%20connectable%3D%220%22%20parent%3D%221%22%3E%3CmxGeometry%20x%3D%2241.54648858596329%22%20y%3D%22283.6299650990096%22%20as%3D%22geometry%22%2F%3E%3C%2FmxCell%3E%3C%2Froot%3E%3C%2FmxGraphModel%3ES&lt;/span&gt;" style="edgeLabel;html=1;align=center;verticalAlign=middle;resizable=0;points=[];" vertex="1" connectable="0" parent="b7N8K-IMO6jsdH-R55s1-45">
          <mxGeometry x="-0.1154" y="2" relative="1" as="geometry">
            <mxPoint as="offset" />
          </mxGeometry>
        </mxCell>
        <mxCell id="b7N8K-IMO6jsdH-R55s1-47" value="Neighbours" style="edgeLabel;html=1;align=center;verticalAlign=middle;resizable=0;points=[];" vertex="1" connectable="0" parent="b7N8K-IMO6jsdH-R55s1-45">
          <mxGeometry x="-0.1208" y="2" relative="1" as="geometry">
            <mxPoint x="32" y="18" as="offset" />
          </mxGeometry>
        </mxCell>
        <mxCell id="b7N8K-IMO6jsdH-R55s1-55" value="" style="endArrow=classic;html=1;rounded=0;exitX=0.5;exitY=1;exitDx=0;exitDy=0;entryX=0.5;entryY=0;entryDx=0;entryDy=0;" edge="1" parent="1" source="b7N8K-IMO6jsdH-R55s1-13" target="b7N8K-IMO6jsdH-R55s1-14">
          <mxGeometry width="50" height="50" relative="1" as="geometry">
            <mxPoint x="525" y="380" as="sourcePoint" />
            <mxPoint x="695" y="230" as="targetPoint" />
          </mxGeometry>
        </mxCell>
        <mxCell id="b7N8K-IMO6jsdH-R55s1-56" value="&lt;span style=&quot;color: rgba(0, 0, 0, 0); font-family: monospace; font-size: 0px; text-align: start; background-color: rgb(251, 251, 251);&quot;&gt;%3CmxGraphModel%3E%3Croot%3E%3CmxCell%20id%3D%220%22%2F%3E%3CmxCell%20id%3D%221%22%20parent%3D%220%22%2F%3E%3CmxCell%20id%3D%222%22%20value%3D%22Stores%22%20style%3D%22edgeLabel%3Bhtml%3D1%3Balign%3Dcenter%3BverticalAlign%3Dmiddle%3Bresizable%3D0%3Bpoints%3D%5B%5D%3B%22%20vertex%3D%221%22%20connectable%3D%220%22%20parent%3D%221%22%3E%3CmxGeometry%20x%3D%2241.54648858596329%22%20y%3D%22283.6299650990096%22%20as%3D%22geometry%22%2F%3E%3C%2FmxCell%3E%3C%2Froot%3E%3C%2FmxGraphModel%3E&lt;/span&gt;&lt;span style=&quot;color: rgba(0, 0, 0, 0); font-family: monospace; font-size: 0px; text-align: start; background-color: rgb(251, 251, 251);&quot;&gt;%3CmxGraphModel%3E%3Croot%3E%3CmxCell%20id%3D%220%22%2F%3E%3CmxCell%20id%3D%221%22%20parent%3D%220%22%2F%3E%3CmxCell%20id%3D%222%22%20value%3D%22Stores%22%20style%3D%22edgeLabel%3Bhtml%3D1%3Balign%3Dcenter%3BverticalAlign%3Dmiddle%3Bresizable%3D0%3Bpoints%3D%5B%5D%3B%22%20vertex%3D%221%22%20connectable%3D%220%22%20parent%3D%221%22%3E%3CmxGeometry%20x%3D%2241.54648858596329%22%20y%3D%22283.6299650990096%22%20as%3D%22geometry%22%2F%3E%3C%2FmxCell%3E%3C%2Froot%3E%3C%2FmxGraphModel%3ES&lt;/span&gt;" style="edgeLabel;html=1;align=center;verticalAlign=middle;resizable=0;points=[];" vertex="1" connectable="0" parent="b7N8K-IMO6jsdH-R55s1-55">
          <mxGeometry x="-0.1154" y="2" relative="1" as="geometry">
            <mxPoint as="offset" />
          </mxGeometry>
        </mxCell>
        <mxCell id="b7N8K-IMO6jsdH-R55s1-57" value="ShortestPathStrategy" style="edgeLabel;html=1;align=center;verticalAlign=middle;resizable=0;points=[];rotation=0;" vertex="1" connectable="0" parent="b7N8K-IMO6jsdH-R55s1-55">
          <mxGeometry x="-0.1393" y="-2" relative="1" as="geometry">
            <mxPoint x="85" y="-74" as="offset" />
          </mxGeometry>
        </mxCell>
-         <mxCell id="b7N8K-IMO6jsdH-R55s1-58" value="Dijkstra Algorithm" style="rounded=0;whiteSpace=wrap;html=1;" vertex="1" parent="1">
+         <mxCell id="b7N8K-IMO6jsdH-R55s1-58" value="Dijkstra Algorithm" style="rounded=0;whiteSpace=wrap;html=1;fillColor=#fff2cc;strokeColor=#d6b656;" vertex="1" parent="1">
          <mxGeometry x="480" y="560" width="120" height="60" as="geometry" />
        </mxCell>
        <mxCell id="b7N8K-IMO6jsdH-R55s1-59" value="" style="endArrow=none;html=1;rounded=0;exitX=0.25;exitY=1;exitDx=0;exitDy=0;entryX=0.5;entryY=0;entryDx=0;entryDy=0;startArrow=block;startFill=0;endFill=0;endSize=15;startSize=15;" edge="1" parent="1" source="b7N8K-IMO6jsdH-R55s1-14" target="b7N8K-IMO6jsdH-R55s1-58">
          <mxGeometry width="50" height="50" relative="1" as="geometry">
            <mxPoint x="305" y="620" as="sourcePoint" />
            <mxPoint x="420" y="680" as="targetPoint" />
          </mxGeometry>
        </mxCell>
-         <mxCell id="b7N8K-IMO6jsdH-R55s1-60" value="A* Algorithm" style="rounded=0;whiteSpace=wrap;html=1;" vertex="1" parent="1">
+         <mxCell id="b7N8K-IMO6jsdH-R55s1-60" value="A* Algorithm" style="rounded=0;whiteSpace=wrap;html=1;fillColor=#fff2cc;strokeColor=#d6b656;" vertex="1" parent="1">
          <mxGeometry x="620" y="560" width="120" height="60" as="geometry" />
        </mxCell>
        <mxCell id="b7N8K-IMO6jsdH-R55s1-61" value="" style="endArrow=none;html=1;rounded=0;exitX=0.75;exitY=1;exitDx=0;exitDy=0;entryX=0.5;entryY=0;entryDx=0;entryDy=0;startArrow=block;startFill=0;endFill=0;endSize=15;startSize=15;" edge="1" parent="1" source="b7N8K-IMO6jsdH-R55s1-14" target="b7N8K-IMO6jsdH-R55s1-60">
          <mxGeometry width="50" height="50" relative="1" as="geometry">
            <mxPoint x="695" y="460" as="sourcePoint" />
            <mxPoint x="675" y="530" as="targetPoint" />
          </mxGeometry>
        </mxCell>
-         <mxCell id="b7N8K-IMO6jsdH-R55s1-64" value="Building Adjacency Graph" style="rounded=0;whiteSpace=wrap;html=1;" vertex="1" parent="1">
+         <mxCell id="b7N8K-IMO6jsdH-R55s1-64" value="Building Adjacency Graph" style="rounded=0;whiteSpace=wrap;html=1;fillColor=#fff2cc;strokeColor=#d6b656;" vertex="1" parent="1">
          <mxGeometry x="980" y="150" width="120" height="60" as="geometry" />
        </mxCell>
-         <mxCell id="b7N8K-IMO6jsdH-R55s1-65" value="Graph&amp;nbsp;&lt;span style=&quot;background-color: initial;&quot;&gt;Node&lt;/span&gt;" style="rounded=0;whiteSpace=wrap;html=1;" vertex="1" parent="1">
+         <mxCell id="b7N8K-IMO6jsdH-R55s1-65" value="Graph&amp;nbsp;&lt;span style=&quot;background-color: initial;&quot;&gt;Node&lt;/span&gt;" style="rounded=0;whiteSpace=wrap;html=1;fillColor=#fff2cc;strokeColor=#d6b656;" vertex="1" parent="1">
          <mxGeometry x="930" y="350" width="120" height="60" as="geometry" />
        </mxCell>
-         <mxCell id="b7N8K-IMO6jsdH-R55s1-66" value="Graph Search Node" style="rounded=0;whiteSpace=wrap;html=1;" vertex="1" parent="1">
+         <mxCell id="b7N8K-IMO6jsdH-R55s1-66" value="Graph Search Node" style="rounded=0;whiteSpace=wrap;html=1;fillColor=#fff2cc;strokeColor=#d6b656;" vertex="1" parent="1">
          <mxGeometry x="730" y="340" width="120" height="60" as="geometry" />
        </mxCell>
        <mxCell id="b7N8K-IMO6jsdH-R55s1-67" value="" style="endArrow=classic;html=1;rounded=0;exitX=1;exitY=0.5;exitDx=0;exitDy=0;entryX=0;entryY=0.5;entryDx=0;entryDy=0;" edge="1" parent="1" source="b7N8K-IMO6jsdH-R55s1-13" target="b7N8K-IMO6jsdH-R55s1-64">
          <mxGeometry width="50" height="50" relative="1" as="geometry">
            <mxPoint x="655" y="350" as="sourcePoint" />
            <mxPoint x="825" y="200" as="targetPoint" />
          </mxGeometry>
        </mxCell>
        <mxCell id="b7N8K-IMO6jsdH-R55s1-68" value="&lt;span style=&quot;color: rgba(0, 0, 0, 0); font-family: monospace; font-size: 0px; text-align: start; background-color: rgb(251, 251, 251);&quot;&gt;%3CmxGraphModel%3E%3Croot%3E%3CmxCell%20id%3D%220%22%2F%3E%3CmxCell%20id%3D%221%22%20parent%3D%220%22%2F%3E%3CmxCell%20id%3D%222%22%20value%3D%22Stores%22%20style%3D%22edgeLabel%3Bhtml%3D1%3Balign%3Dcenter%3BverticalAlign%3Dmiddle%3Bresizable%3D0%3Bpoints%3D%5B%5D%3B%22%20vertex%3D%221%22%20connectable%3D%220%22%20parent%3D%221%22%3E%3CmxGeometry%20x%3D%2241.54648858596329%22%20y%3D%22283.6299650990096%22%20as%3D%22geometry%22%2F%3E%3C%2FmxCell%3E%3C%2Froot%3E%3C%2FmxGraphModel%3E&lt;/span&gt;&lt;span style=&quot;color: rgba(0, 0, 0, 0); font-family: monospace; font-size: 0px; text-align: start; background-color: rgb(251, 251, 251);&quot;&gt;%3CmxGraphModel%3E%3Croot%3E%3CmxCell%20id%3D%220%22%2F%3E%3CmxCell%20id%3D%221%22%20parent%3D%220%22%2F%3E%3CmxCell%20id%3D%222%22%20value%3D%22Stores%22%20style%3D%22edgeLabel%3Bhtml%3D1%3Balign%3Dcenter%3BverticalAlign%3Dmiddle%3Bresizable%3D0%3Bpoints%3D%5B%5D%3B%22%20vertex%3D%221%22%20connectable%3D%220%22%20parent%3D%221%22%3E%3CmxGeometry%20x%3D%2241.54648858596329%22%20y%3D%22283.6299650990096%22%20as%3D%22geometry%22%2F%3E%3C%2FmxCell%3E%3C%2Froot%3E%3C%2FmxGraphModel%3ES&lt;/span&gt;" style="edgeLabel;html=1;align=center;verticalAlign=middle;resizable=0;points=[];" vertex="1" connectable="0" parent="b7N8K-IMO6jsdH-R55s1-67">
          <mxGeometry x="-0.1154" y="2" relative="1" as="geometry">
            <mxPoint as="offset" />
          </mxGeometry>
        </mxCell>
        <mxCell id="b7N8K-IMO6jsdH-R55s1-69" value="BuildingAdjacencyGraph" style="edgeLabel;html=1;align=center;verticalAlign=middle;resizable=0;points=[];rotation=0;" vertex="1" connectable="0" parent="b7N8K-IMO6jsdH-R55s1-67">
          <mxGeometry x="-0.1393" y="-2" relative="1" as="geometry">
            <mxPoint x="-19" y="-12" as="offset" />
          </mxGeometry>
        </mxCell>
        <mxCell id="b7N8K-IMO6jsdH-R55s1-70" value="" style="endArrow=classic;html=1;rounded=0;exitX=0.75;exitY=1;exitDx=0;exitDy=0;entryX=0.5;entryY=0;entryDx=0;entryDy=0;" edge="1" parent="1" source="b7N8K-IMO6jsdH-R55s1-64" target="b7N8K-IMO6jsdH-R55s1-65">
          <mxGeometry width="50" height="50" relative="1" as="geometry">
            <mxPoint x="795" y="239.38" as="sourcePoint" />
            <mxPoint x="1000" y="239.38" as="targetPoint" />
          </mxGeometry>
        </mxCell>
        <mxCell id="b7N8K-IMO6jsdH-R55s1-71" value="&lt;span style=&quot;color: rgba(0, 0, 0, 0); font-family: monospace; font-size: 0px; text-align: start; background-color: rgb(251, 251, 251);&quot;&gt;%3CmxGraphModel%3E%3Croot%3E%3CmxCell%20id%3D%220%22%2F%3E%3CmxCell%20id%3D%221%22%20parent%3D%220%22%2F%3E%3CmxCell%20id%3D%222%22%20value%3D%22Stores%22%20style%3D%22edgeLabel%3Bhtml%3D1%3Balign%3Dcenter%3BverticalAlign%3Dmiddle%3Bresizable%3D0%3Bpoints%3D%5B%5D%3B%22%20vertex%3D%221%22%20connectable%3D%220%22%20parent%3D%221%22%3E%3CmxGeometry%20x%3D%2241.54648858596329%22%20y%3D%22283.6299650990096%22%20as%3D%22geometry%22%2F%3E%3C%2FmxCell%3E%3C%2Froot%3E%3C%2FmxGraphModel%3E&lt;/span&gt;&lt;span style=&quot;color: rgba(0, 0, 0, 0); font-family: monospace; font-size: 0px; text-align: start; background-color: rgb(251, 251, 251);&quot;&gt;%3CmxGraphModel%3E%3Croot%3E%3CmxCell%20id%3D%220%22%2F%3E%3CmxCell%20id%3D%221%22%20parent%3D%220%22%2F%3E%3CmxCell%20id%3D%222%22%20value%3D%22Stores%22%20style%3D%22edgeLabel%3Bhtml%3D1%3Balign%3Dcenter%3BverticalAlign%3Dmiddle%3Bresizable%3D0%3Bpoints%3D%5B%5D%3B%22%20vertex%3D%221%22%20connectable%3D%220%22%20parent%3D%221%22%3E%3CmxGeometry%20x%3D%2241.54648858596329%22%20y%3D%22283.6299650990096%22%20as%3D%22geometry%22%2F%3E%3C%2FmxCell%3E%3C%2Froot%3E%3C%2FmxGraphModel%3ES&lt;/span&gt;" style="edgeLabel;html=1;align=center;verticalAlign=middle;resizable=0;points=[];" vertex="1" connectable="0" parent="b7N8K-IMO6jsdH-R55s1-70">
          <mxGeometry x="-0.1154" y="2" relative="1" as="geometry">
            <mxPoint as="offset" />
          </mxGeometry>
        </mxCell>
        <mxCell id="b7N8K-IMO6jsdH-R55s1-72" value="BuildingAdjacencyGraph" style="edgeLabel;html=1;align=center;verticalAlign=middle;resizable=0;points=[];rotation=0;" vertex="1" connectable="0" parent="b7N8K-IMO6jsdH-R55s1-70">
          <mxGeometry x="-0.1393" y="-2" relative="1" as="geometry">
            <mxPoint x="90" y="-21" as="offset" />
          </mxGeometry>
        </mxCell>
-         <mxCell id="b7N8K-IMO6jsdH-R55s1-73" value="Graph&amp;nbsp;&lt;span style=&quot;background-color: initial;&quot;&gt;Connection&lt;/span&gt;" style="rounded=0;whiteSpace=wrap;html=1;" vertex="1" parent="1">
+         <mxCell id="b7N8K-IMO6jsdH-R55s1-73" value="Graph&amp;nbsp;&lt;span style=&quot;background-color: initial;&quot;&gt;Connection&lt;/span&gt;" style="rounded=0;whiteSpace=wrap;html=1;fillColor=#fff2cc;strokeColor=#d6b656;" vertex="1" parent="1">
          <mxGeometry x="1150" y="350" width="120" height="60" as="geometry" />
        </mxCell>
        <mxCell id="b7N8K-IMO6jsdH-R55s1-74" value="" style="endArrow=diamondThin;html=1;rounded=0;entryX=0;entryY=1;entryDx=0;entryDy=0;endFill=1;startSize=23;endSize=15;exitX=1;exitY=1;exitDx=0;exitDy=0;" edge="1" parent="1" source="b7N8K-IMO6jsdH-R55s1-65" target="b7N8K-IMO6jsdH-R55s1-73">
          <mxGeometry width="50" height="50" relative="1" as="geometry">
            <mxPoint x="1060" y="380" as="sourcePoint" />
            <mxPoint x="1150" y="490" as="targetPoint" />
          </mxGeometry>
        </mxCell>
        <mxCell id="b7N8K-IMO6jsdH-R55s1-75" value="&lt;span style=&quot;color: rgba(0, 0, 0, 0); font-family: monospace; font-size: 0px; text-align: start; background-color: rgb(251, 251, 251);&quot;&gt;%3CmxGraphModel%3E%3Croot%3E%3CmxCell%20id%3D%220%22%2F%3E%3CmxCell%20id%3D%221%22%20parent%3D%220%22%2F%3E%3CmxCell%20id%3D%222%22%20value%3D%22Stores%22%20style%3D%22edgeLabel%3Bhtml%3D1%3Balign%3Dcenter%3BverticalAlign%3Dmiddle%3Bresizable%3D0%3Bpoints%3D%5B%5D%3B%22%20vertex%3D%221%22%20connectable%3D%220%22%20parent%3D%221%22%3E%3CmxGeometry%20x%3D%2241.54648858596329%22%20y%3D%22283.6299650990096%22%20as%3D%22geometry%22%2F%3E%3C%2FmxCell%3E%3C%2Froot%3E%3C%2FmxGraphModel%3E&lt;/span&gt;&lt;span style=&quot;color: rgba(0, 0, 0, 0); font-family: monospace; font-size: 0px; text-align: start; background-color: rgb(251, 251, 251);&quot;&gt;%3CmxGraphModel%3E%3Croot%3E%3CmxCell%20id%3D%220%22%2F%3E%3CmxCell%20id%3D%221%22%20parent%3D%220%22%2F%3E%3CmxCell%20id%3D%222%22%20value%3D%22Stores%22%20style%3D%22edgeLabel%3Bhtml%3D1%3Balign%3Dcenter%3BverticalAlign%3Dmiddle%3Bresizable%3D0%3Bpoints%3D%5B%5D%3B%22%20vertex%3D%221%22%20connectable%3D%220%22%20parent%3D%221%22%3E%3CmxGeometry%20x%3D%2241.54648858596329%22%20y%3D%22283.6299650990096%22%20as%3D%22geometry%22%2F%3E%3C%2FmxCell%3E%3C%2Froot%3E%3C%2FmxGraphModel%3ES&lt;/span&gt;" style="edgeLabel;html=1;align=center;verticalAlign=middle;resizable=0;points=[];" vertex="1" connectable="0" parent="b7N8K-IMO6jsdH-R55s1-74">
          <mxGeometry x="-0.1154" y="2" relative="1" as="geometry">
            <mxPoint as="offset" />
          </mxGeometry>
        </mxCell>
        <mxCell id="b7N8K-IMO6jsdH-R55s1-76" value="Connections" style="edgeLabel;html=1;align=center;verticalAlign=middle;resizable=0;points=[];" vertex="1" connectable="0" parent="b7N8K-IMO6jsdH-R55s1-74">
          <mxGeometry x="-0.1208" y="2" relative="1" as="geometry">
            <mxPoint x="18" y="12" as="offset" />
          </mxGeometry>
        </mxCell>
        <mxCell id="b7N8K-IMO6jsdH-R55s1-77" value="" style="endArrow=classic;html=1;rounded=0;entryX=1;entryY=0;entryDx=0;entryDy=0;exitX=0;exitY=0;exitDx=0;exitDy=0;" edge="1" parent="1" source="b7N8K-IMO6jsdH-R55s1-73" target="b7N8K-IMO6jsdH-R55s1-65">
          <mxGeometry width="50" height="50" relative="1" as="geometry">
            <mxPoint x="1180" y="270" as="sourcePoint" />
            <mxPoint x="1230" y="220" as="targetPoint" />
          </mxGeometry>
        </mxCell>
        <mxCell id="b7N8K-IMO6jsdH-R55s1-78" value="Destination" style="edgeLabel;html=1;align=center;verticalAlign=middle;resizable=0;points=[];" vertex="1" connectable="0" parent="b7N8K-IMO6jsdH-R55s1-77">
          <mxGeometry x="-0.4143" y="-4" relative="1" as="geometry">
            <mxPoint x="-45" y="-6" as="offset" />
          </mxGeometry>
        </mxCell>
        <mxCell id="b7N8K-IMO6jsdH-R55s1-79" value="" style="endArrow=classic;html=1;rounded=0;entryX=1;entryY=0.25;entryDx=0;entryDy=0;exitX=0;exitY=0.25;exitDx=0;exitDy=0;" edge="1" parent="1" source="b7N8K-IMO6jsdH-R55s1-73" target="b7N8K-IMO6jsdH-R55s1-65">
          <mxGeometry width="50" height="50" relative="1" as="geometry">
            <mxPoint x="1160" y="370" as="sourcePoint" />
            <mxPoint x="1040" y="385" as="targetPoint" />
          </mxGeometry>
        </mxCell>
        <mxCell id="b7N8K-IMO6jsdH-R55s1-80" value="Source" style="edgeLabel;html=1;align=center;verticalAlign=middle;resizable=0;points=[];" vertex="1" connectable="0" parent="b7N8K-IMO6jsdH-R55s1-79">
          <mxGeometry x="-0.4143" y="-4" relative="1" as="geometry">
            <mxPoint x="-51" y="14" as="offset" />
          </mxGeometry>
        </mxCell>
        <mxCell id="b7N8K-IMO6jsdH-R55s1-82" value="" style="endArrow=classic;html=1;rounded=0;entryX=0;entryY=0.25;entryDx=0;entryDy=0;exitX=1;exitY=0.25;exitDx=0;exitDy=0;" edge="1" parent="1" source="b7N8K-IMO6jsdH-R55s1-66" target="b7N8K-IMO6jsdH-R55s1-65">
          <mxGeometry width="50" height="50" relative="1" as="geometry">
            <mxPoint x="1165" y="320" as="sourcePoint" />
            <mxPoint x="1050" y="320" as="targetPoint" />
          </mxGeometry>
        </mxCell>
        <mxCell id="b7N8K-IMO6jsdH-R55s1-83" value="Node" style="edgeLabel;html=1;align=center;verticalAlign=middle;resizable=0;points=[];" vertex="1" connectable="0" parent="b7N8K-IMO6jsdH-R55s1-82">
          <mxGeometry x="-0.4143" y="-4" relative="1" as="geometry">
            <mxPoint x="1" y="-9" as="offset" />
          </mxGeometry>
        </mxCell>
        <mxCell id="b7N8K-IMO6jsdH-R55s1-87" value="" style="endArrow=classic;html=1;rounded=0;exitX=0;exitY=1;exitDx=0;exitDy=0;dashed=1;entryX=1;entryY=0;entryDx=0;entryDy=0;" edge="1" parent="1" source="b7N8K-IMO6jsdH-R55s1-64" target="b7N8K-IMO6jsdH-R55s1-66">
          <mxGeometry width="50" height="50" relative="1" as="geometry">
            <mxPoint x="495" y="440" as="sourcePoint" />
            <mxPoint x="840" y="300" as="targetPoint" />
          </mxGeometry>
        </mxCell>
        <mxCell id="b7N8K-IMO6jsdH-R55s1-88" value="&lt;span style=&quot;color: rgba(0, 0, 0, 0); font-family: monospace; font-size: 0px; text-align: start; background-color: rgb(251, 251, 251);&quot;&gt;%3CmxGraphModel%3E%3Croot%3E%3CmxCell%20id%3D%220%22%2F%3E%3CmxCell%20id%3D%221%22%20parent%3D%220%22%2F%3E%3CmxCell%20id%3D%222%22%20value%3D%22Stores%22%20style%3D%22edgeLabel%3Bhtml%3D1%3Balign%3Dcenter%3BverticalAlign%3Dmiddle%3Bresizable%3D0%3Bpoints%3D%5B%5D%3B%22%20vertex%3D%221%22%20connectable%3D%220%22%20parent%3D%221%22%3E%3CmxGeometry%20x%3D%2241.54648858596329%22%20y%3D%22283.6299650990096%22%20as%3D%22geometry%22%2F%3E%3C%2FmxCell%3E%3C%2Froot%3E%3C%2FmxGraphModel%3E&lt;/span&gt;&lt;span style=&quot;color: rgba(0, 0, 0, 0); font-family: monospace; font-size: 0px; text-align: start; background-color: rgb(251, 251, 251);&quot;&gt;%3CmxGraphModel%3E%3Croot%3E%3CmxCell%20id%3D%220%22%2F%3E%3CmxCell%20id%3D%221%22%20parent%3D%220%22%2F%3E%3CmxCell%20id%3D%222%22%20value%3D%22Stores%22%20style%3D%22edgeLabel%3Bhtml%3D1%3Balign%3Dcenter%3BverticalAlign%3Dmiddle%3Bresizable%3D0%3Bpoints%3D%5B%5D%3B%22%20vertex%3D%221%22%20connectable%3D%220%22%20parent%3D%221%22%3E%3CmxGeometry%20x%3D%2241.54648858596329%22%20y%3D%22283.6299650990096%22%20as%3D%22geometry%22%2F%3E%3C%2FmxCell%3E%3C%2Froot%3E%3C%2FmxGraphModel%3ES&lt;/span&gt;" style="edgeLabel;html=1;align=center;verticalAlign=middle;resizable=0;points=[];" vertex="1" connectable="0" parent="b7N8K-IMO6jsdH-R55s1-87">
          <mxGeometry x="-0.1154" y="2" relative="1" as="geometry">
            <mxPoint as="offset" />
          </mxGeometry>
        </mxCell>
        <mxCell id="b7N8K-IMO6jsdH-R55s1-89" value="Create" style="edgeLabel;html=1;align=center;verticalAlign=middle;resizable=0;points=[];" vertex="1" connectable="0" parent="b7N8K-IMO6jsdH-R55s1-87">
          <mxGeometry x="-0.1208" y="2" relative="1" as="geometry">
            <mxPoint as="offset" />
          </mxGeometry>
        </mxCell>
        <mxCell id="b7N8K-IMO6jsdH-R55s1-91" value="" style="endArrow=classic;html=1;rounded=0;exitX=1;exitY=0;exitDx=0;exitDy=0;dashed=1;entryX=0;entryY=1;entryDx=0;entryDy=0;" edge="1" parent="1" source="b7N8K-IMO6jsdH-R55s1-14" target="b7N8K-IMO6jsdH-R55s1-66">
          <mxGeometry width="50" height="50" relative="1" as="geometry">
            <mxPoint x="990" y="220" as="sourcePoint" />
            <mxPoint x="850" y="320" as="targetPoint" />
          </mxGeometry>
        </mxCell>
        <mxCell id="b7N8K-IMO6jsdH-R55s1-92" value="&lt;span style=&quot;color: rgba(0, 0, 0, 0); font-family: monospace; font-size: 0px; text-align: start; background-color: rgb(251, 251, 251);&quot;&gt;%3CmxGraphModel%3E%3Croot%3E%3CmxCell%20id%3D%220%22%2F%3E%3CmxCell%20id%3D%221%22%20parent%3D%220%22%2F%3E%3CmxCell%20id%3D%222%22%20value%3D%22Stores%22%20style%3D%22edgeLabel%3Bhtml%3D1%3Balign%3Dcenter%3BverticalAlign%3Dmiddle%3Bresizable%3D0%3Bpoints%3D%5B%5D%3B%22%20vertex%3D%221%22%20connectable%3D%220%22%20parent%3D%221%22%3E%3CmxGeometry%20x%3D%2241.54648858596329%22%20y%3D%22283.6299650990096%22%20as%3D%22geometry%22%2F%3E%3C%2FmxCell%3E%3C%2Froot%3E%3C%2FmxGraphModel%3E&lt;/span&gt;&lt;span style=&quot;color: rgba(0, 0, 0, 0); font-family: monospace; font-size: 0px; text-align: start; background-color: rgb(251, 251, 251);&quot;&gt;%3CmxGraphModel%3E%3Croot%3E%3CmxCell%20id%3D%220%22%2F%3E%3CmxCell%20id%3D%221%22%20parent%3D%220%22%2F%3E%3CmxCell%20id%3D%222%22%20value%3D%22Stores%22%20style%3D%22edgeLabel%3Bhtml%3D1%3Balign%3Dcenter%3BverticalAlign%3Dmiddle%3Bresizable%3D0%3Bpoints%3D%5B%5D%3B%22%20vertex%3D%221%22%20connectable%3D%220%22%20parent%3D%221%22%3E%3CmxGeometry%20x%3D%2241.54648858596329%22%20y%3D%22283.6299650990096%22%20as%3D%22geometry%22%2F%3E%3C%2FmxCell%3E%3C%2Froot%3E%3C%2FmxGraphModel%3ES&lt;/span&gt;" style="edgeLabel;html=1;align=center;verticalAlign=middle;resizable=0;points=[];" vertex="1" connectable="0" parent="b7N8K-IMO6jsdH-R55s1-91">
          <mxGeometry x="-0.1154" y="2" relative="1" as="geometry">
            <mxPoint as="offset" />
          </mxGeometry>
        </mxCell>
        <mxCell id="b7N8K-IMO6jsdH-R55s1-95" value="Uses" style="edgeLabel;html=1;align=center;verticalAlign=middle;resizable=0;points=[];" vertex="1" connectable="0" parent="b7N8K-IMO6jsdH-R55s1-91">
          <mxGeometry x="-0.2082" relative="1" as="geometry">
-             <mxPoint x="16" y="-1" as="offset" />
+             <mxPoint x="16" y="6" as="offset" />
          </mxGeometry>
        </mxCell>
      </root>
    </mxGraphModel>
  </diagram>
</mxfile>
